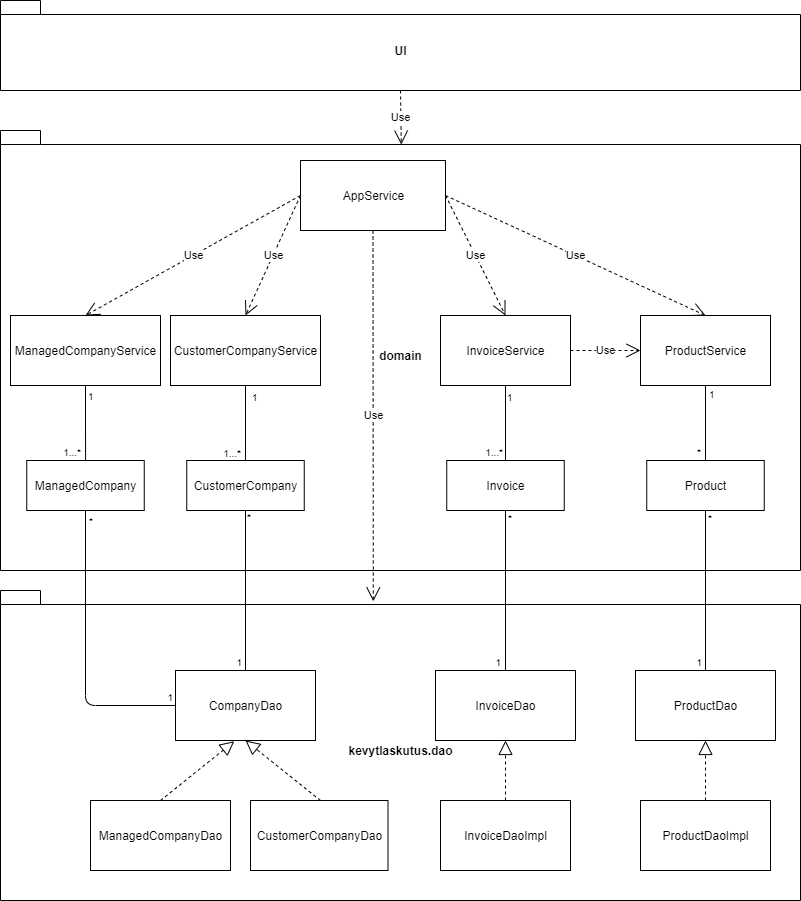
Above: documentation/pakkausluokkakaavio-revisio.png in ilkkamaksy/kevytlaskutus (draw.io), before the change. Source tidied: cells renumbered, new cells last; positions are measured from the earlier drawing's top-left corner, leaving out a move shared by most shapes.
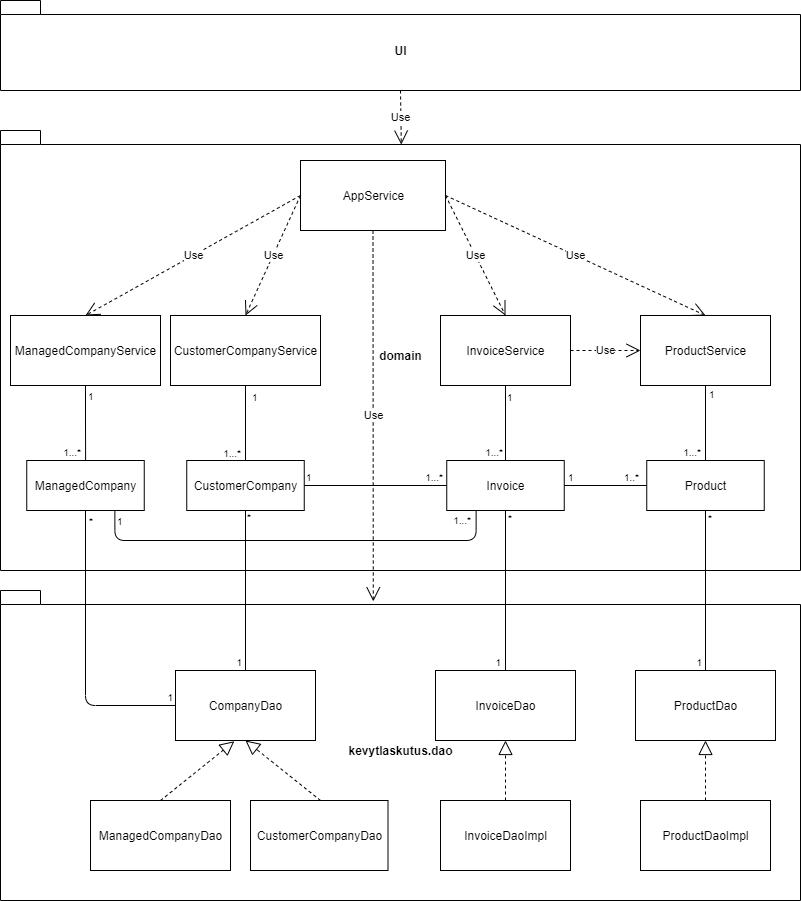
Later version of the same file.

Diff of the diagram source:
```diff
@@ -165,7 +165,7 @@
         <mxPoint x="2" y="17" as="offset" />
       </mxGeometry>
     </mxCell>
-    <mxCell id="47" value="*" style="html=1;align=right;verticalAlign=bottom;labelBackgroundColor=#ffffff;fontSize=10;" parent="45" vertex="1">
+    <mxCell id="47" value="1...*" style="html=1;align=right;verticalAlign=bottom;labelBackgroundColor=#ffffff;fontSize=10;" parent="45" vertex="1">
       <mxGeometry x="1" relative="1" as="geometry">
         <mxPoint x="-4" as="offset" />
       </mxGeometry>
@@ -198,5 +198,47 @@
     <mxCell id="55" value="Use" style="endArrow=open;endSize=12;dashed=1;html=1;exitX=1;exitY=0.5;exitDx=0;exitDy=0;entryX=0;entryY=0.5;entryDx=0;entryDy=0;" parent="1" edge="1" source="8" target="43">
       <mxGeometry relative="1" as="geometry" />
     </mxCell>
+    <mxCell id="56" style="endArrow=none;html=1;edgeStyle=orthogonalEdgeStyle;entryX=0;entryY=0.5;entryDx=0;entryDy=0;" parent="1" edge="1" source="11" target="44">
+      <mxGeometry relative="1" as="geometry" />
+    </mxCell>
+    <mxCell id="57" value="1" style="html=1;align=left;verticalAlign=bottom;labelBackgroundColor=#ffffff;fontSize=10;" parent="56" vertex="1">
+      <mxGeometry x="-1" relative="1" as="geometry">
+        <mxPoint x="2" as="offset" />
+      </mxGeometry>
+    </mxCell>
+    <mxCell id="58" value="1..*" style="html=1;align=right;verticalAlign=bottom;labelBackgroundColor=#ffffff;fontSize=10;" parent="56" vertex="1">
+      <mxGeometry x="1" relative="1" as="geometry">
+        <mxPoint x="-8" as="offset" />
+      </mxGeometry>
+    </mxCell>
+    <mxCell id="59" style="endArrow=none;html=1;edgeStyle=orthogonalEdgeStyle;exitX=1;exitY=0.5;exitDx=0;exitDy=0;entryX=0;entryY=0.5;entryDx=0;entryDy=0;" parent="1" edge="1" source="9" target="11">
+      <mxGeometry relative="1" as="geometry" />
+    </mxCell>
+    <mxCell id="60" value="1" style="html=1;align=left;verticalAlign=bottom;labelBackgroundColor=#ffffff;fontSize=10;" parent="59" vertex="1">
+      <mxGeometry x="-1" relative="1" as="geometry" />
+    </mxCell>
+    <mxCell id="61" value="1...*" style="html=1;align=right;verticalAlign=bottom;labelBackgroundColor=#ffffff;fontSize=10;" parent="59" vertex="1">
+      <mxGeometry x="1" relative="1" as="geometry">
+        <mxPoint x="-4" as="offset" />
+      </mxGeometry>
+    </mxCell>
+    <mxCell id="62" style="endArrow=none;html=1;edgeStyle=orthogonalEdgeStyle;exitX=0.75;exitY=1;exitDx=0;exitDy=0;entryX=0.25;entryY=1;entryDx=0;entryDy=0;" parent="1" edge="1" source="10" target="11">
+      <mxGeometry relative="1" as="geometry">
+        <Array as="points">
+          <mxPoint x="114" y="540" />
+          <mxPoint x="476" y="540" />
+        </Array>
+      </mxGeometry>
+    </mxCell>
+    <mxCell id="63" value="1" style="html=1;align=left;verticalAlign=bottom;labelBackgroundColor=#ffffff;fontSize=10;" parent="62" vertex="1">
+      <mxGeometry x="-1" relative="1" as="geometry">
+        <mxPoint x="1" y="19" as="offset" />
+      </mxGeometry>
+    </mxCell>
+    <mxCell id="64" value="1...*" style="html=1;align=right;verticalAlign=bottom;labelBackgroundColor=#ffffff;fontSize=10;" parent="62" vertex="1">
+      <mxGeometry x="1" relative="1" as="geometry">
+        <mxPoint x="-5" y="18" as="offset" />
+      </mxGeometry>
+    </mxCell>
   </root>
 </mxGraphModel>
```
